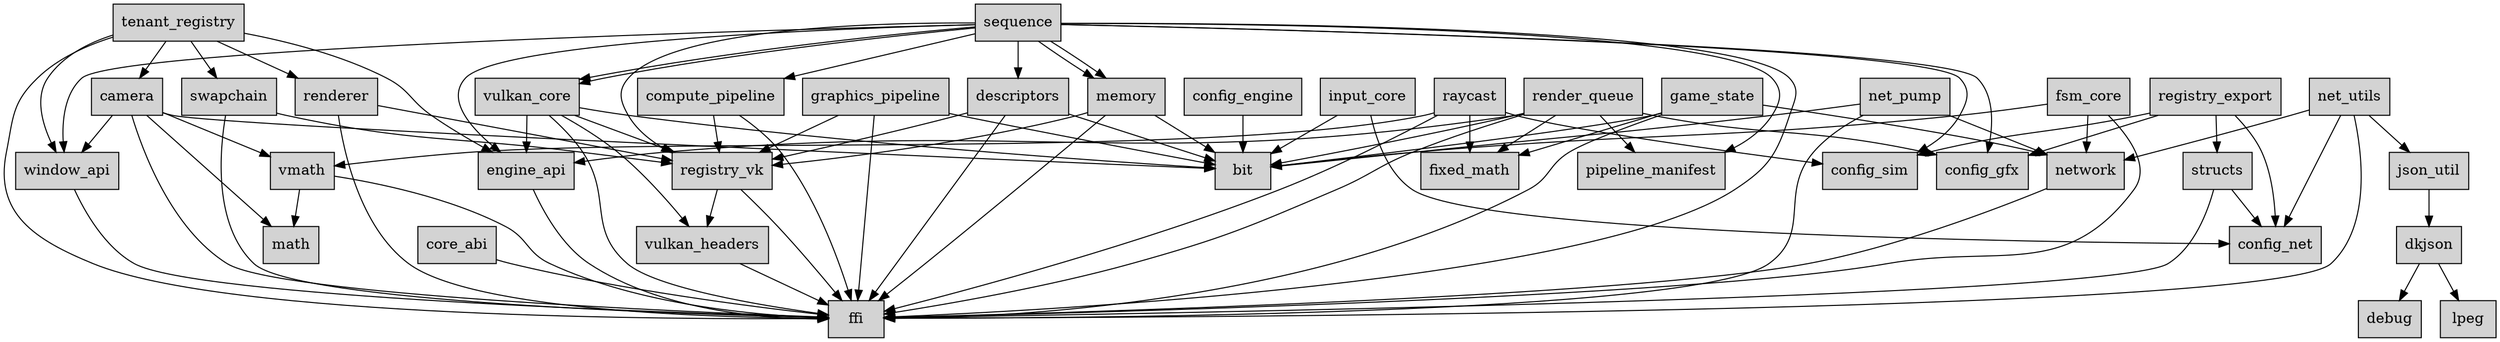
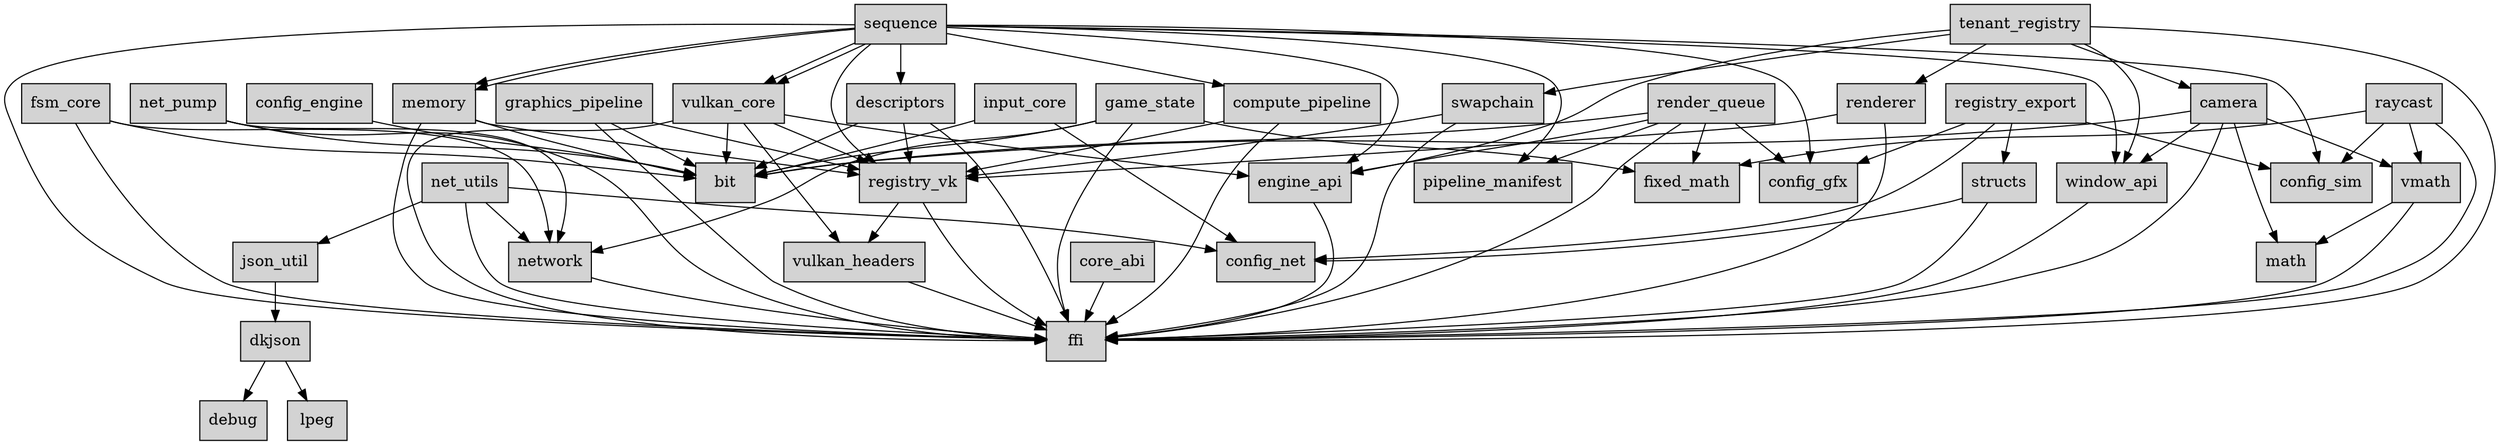
digraph WeaverEngine {
  node [shape=box, style=filled, fillcolor=lightgray];
  "json_util" -> "dkjson";
-   "game_state" -> "ffi";
-   "game_state" -> "bit";
-   "game_state" -> "network";
-   "game_state" -> "fixed_math";
-   "config_net";
-   "renderer" -> "ffi";
-   "renderer" -> "registry_vk";
-   "pipeline_manifest";
+   "structs" -> "ffi";
+   "structs" -> "config_net";
+   "compute_pipeline" -> "ffi";
+   "compute_pipeline" -> "registry_vk";
+   "config_sim";
+   "config_gfx";
+   "vulkan_headers" -> "ffi";
+   "vmath" -> "ffi";
+   "vmath" -> "math";
+   "input_core" -> "bit";
+   "input_core" -> "config_net";
+   "config_engine" -> "bit";
+   "graphics_pipeline" -> "ffi";
+   "graphics_pipeline" -> "bit";
+   "graphics_pipeline" -> "registry_vk";
+   "swapchain" -> "ffi";
+   "swapchain" -> "registry_vk";
+   "registry_export" -> "structs";
+   "registry_export" -> "config_gfx";
+   "registry_export" -> "config_sim";
+   "registry_export" -> "config_net";
+   "engine_api" -> "ffi";
  "raycast" -> "ffi";
  "raycast" -> "vmath";
  "raycast" -> "fixed_math";
  "raycast" -> "config_sim";
-   "network" -> "ffi";
+   "fsm_core" -> "network";
+   "fsm_core" -> "bit";
+   "fsm_core" -> "ffi";
  "net_pump" -> "ffi";
  "net_pump" -> "bit";
  "net_pump" -> "network";
-   "compute_pipeline" -> "ffi";
-   "compute_pipeline" -> "registry_vk";
-   "input_core" -> "bit";
-   "input_core" -> "config_net";
-   "registry_vk" -> "ffi";
-   "registry_vk" -> "vulkan_headers";
-   "vulkan_core" -> "ffi";
-   "vulkan_core" -> "bit";
-   "vulkan_core" -> "vulkan_headers";
-   "vulkan_core" -> "registry_vk";
-   "vulkan_core" -> "engine_api";
-   "core_abi" -> "ffi";
-   "descriptors" -> "ffi";
-   "descriptors" -> "bit";
-   "descriptors" -> "registry_vk";
-   "swapchain" -> "ffi";
-   "swapchain" -> "registry_vk";
-   "graphics_pipeline" -> "ffi";
-   "graphics_pipeline" -> "bit";
-   "graphics_pipeline" -> "registry_vk";
-   "camera" -> "ffi";
-   "camera" -> "math";
-   "camera" -> "bit";
-   "camera" -> "vmath";
-   "camera" -> "window_api";
-   "config_gfx";
-   "dkjson" -> "debug";
-   "dkjson" -> "lpeg";
-   "structs" -> "ffi";
-   "structs" -> "config_net";
-   "window_api" -> "ffi";
-   "config_engine" -> "bit";
  "sequence" -> "ffi";
  "sequence" -> "registry_vk";
  "sequence" -> "pipeline_manifest";
  "sequence" -> "window_api";
  "sequence" -> "engine_api";
  "sequence" -> "config_gfx";
  "sequence" -> "config_sim";
  "sequence" -> "vulkan_core";
  "sequence" -> "vulkan_core";
  "sequence" -> "memory";
  "sequence" -> "descriptors";
  "sequence" -> "memory";
  "sequence" -> "compute_pipeline";
-   "memory" -> "ffi";
-   "memory" -> "bit";
-   "memory" -> "registry_vk";
-   "config_sim";
-   "fsm_core" -> "network";
-   "fsm_core" -> "bit";
-   "fsm_core" -> "ffi";
  "net_utils" -> "ffi";
  "net_utils" -> "json_util";
  "net_utils" -> "config_net";
  "net_utils" -> "network";
-   "registry_export" -> "structs";
-   "registry_export" -> "config_gfx";
-   "registry_export" -> "config_sim";
-   "registry_export" -> "config_net";
+   "camera" -> "ffi";
+   "camera" -> "math";
+   "camera" -> "bit";
+   "camera" -> "vmath";
+   "camera" -> "window_api";
  "fixed_math";
-   "vulkan_headers" -> "ffi";
-   "vmath" -> "ffi";
-   "vmath" -> "math";
-   "engine_api" -> "ffi";
+   "pipeline_manifest";
+   "renderer" -> "ffi";
+   "renderer" -> "registry_vk";
  "tenant_registry" -> "ffi";
  "tenant_registry" -> "window_api";
  "tenant_registry" -> "engine_api";
  "tenant_registry" -> "swapchain";
  "tenant_registry" -> "renderer";
  "tenant_registry" -> "camera";
+   "descriptors" -> "ffi";
+   "descriptors" -> "bit";
+   "descriptors" -> "registry_vk";
+   "registry_vk" -> "ffi";
+   "registry_vk" -> "vulkan_headers";
+   "game_state" -> "ffi";
+   "game_state" -> "bit";
+   "game_state" -> "network";
+   "game_state" -> "fixed_math";
+   "vulkan_core" -> "ffi";
+   "vulkan_core" -> "bit";
+   "vulkan_core" -> "vulkan_headers";
+   "vulkan_core" -> "registry_vk";
+   "vulkan_core" -> "engine_api";
+   "memory" -> "ffi";
+   "memory" -> "bit";
+   "memory" -> "registry_vk";
  "render_queue" -> "ffi";
  "render_queue" -> "pipeline_manifest";
  "render_queue" -> "bit";
  "render_queue" -> "fixed_math";
  "render_queue" -> "engine_api";
  "render_queue" -> "config_gfx";
+   "dkjson" -> "debug";
+   "dkjson" -> "lpeg";
+   "core_abi" -> "ffi";
+   "network" -> "ffi";
+   "config_net";
+   "window_api" -> "ffi";
}